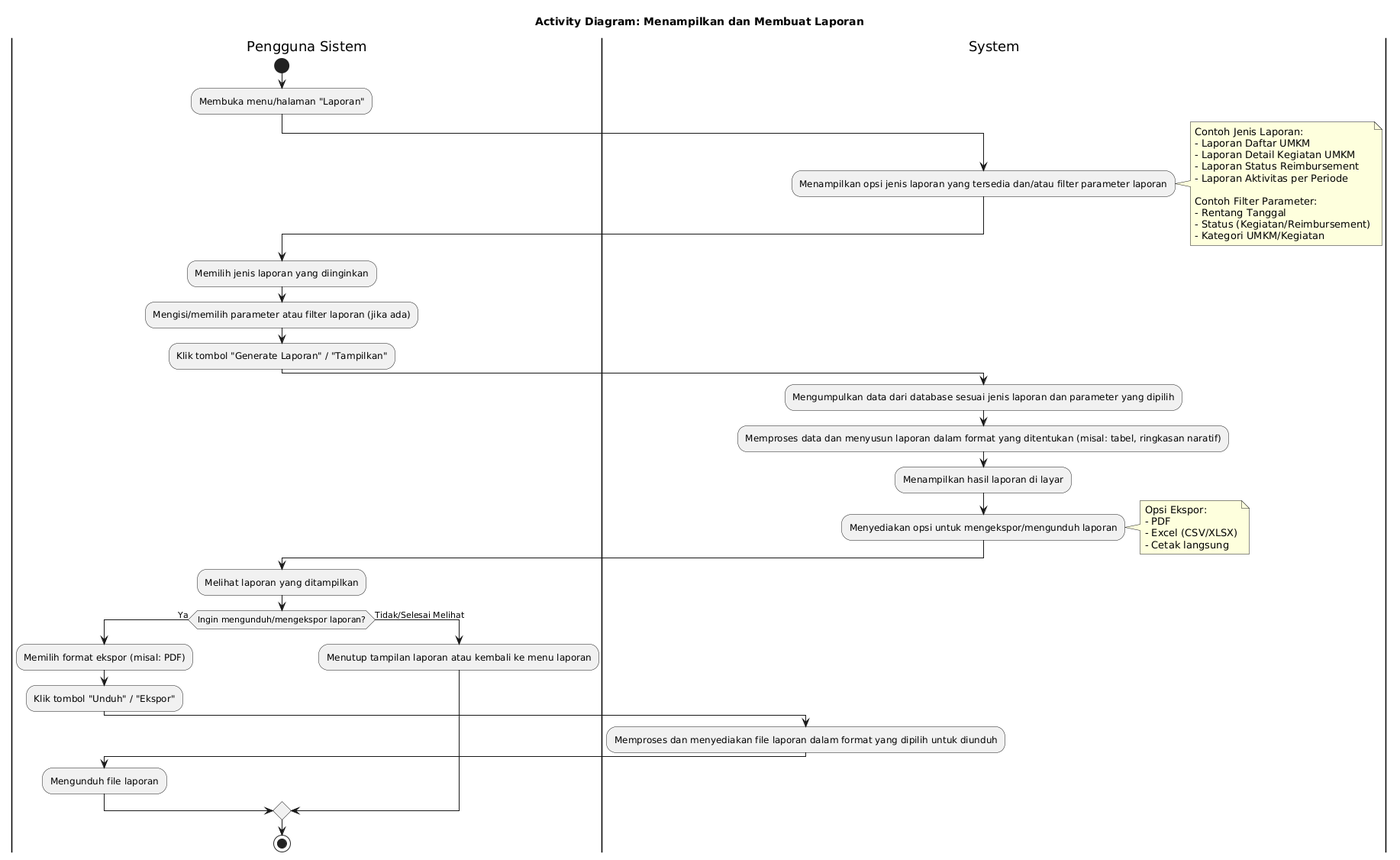
Mrmgnt/diagram-kp keeps this PlantUML diagram as activity diagram/Laporan/LAPORAN.png. Above is the earlier version.
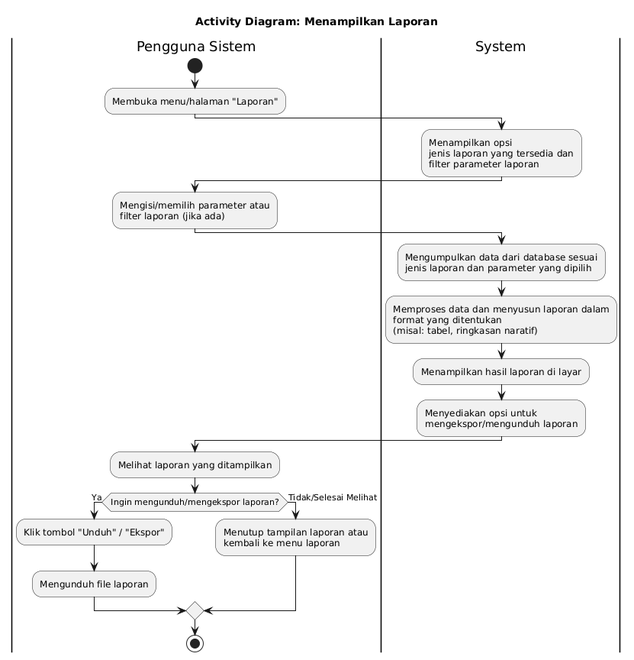
After the change.

The edit, as a diff of the source:
```diff
@@ -1,53 +1,37 @@
 @startuml
-title Activity Diagram: Menampilkan dan Membuat Laporan
+title Activity Diagram: Menampilkan Laporan
 
 |Pengguna Sistem|
 start
 :Membuka menu/halaman "Laporan";
 
 |System|
-:Menampilkan opsi jenis laporan yang tersedia dan/atau filter parameter laporan;
-note right
-  Contoh Jenis Laporan:
-  - Laporan Daftar UMKM
-  - Laporan Detail Kegiatan UMKM
-  - Laporan Status Reimbursement
-  - Laporan Aktivitas per Periode
-
-  Contoh Filter Parameter:
-  - Rentang Tanggal
-  - Status (Kegiatan/Reimbursement)
-  - Kategori UMKM/Kegiatan
-end note
+:Menampilkan opsi
+jenis laporan yang tersedia dan
+filter parameter laporan;
 
 |Pengguna Sistem|
-:Memilih jenis laporan yang diinginkan;
-:Mengisi/memilih parameter atau filter laporan (jika ada);
-:Klik tombol "Generate Laporan" / "Tampilkan";
+:Mengisi/memilih parameter atau
+filter laporan (jika ada);
 
 |System|
-:Mengumpulkan data dari database sesuai jenis laporan dan parameter yang dipilih;
-:Memproses data dan menyusun laporan dalam format yang ditentukan (misal: tabel, ringkasan naratif);
+:Mengumpulkan data dari database sesuai
+jenis laporan dan parameter yang dipilih;
+:Memproses data dan menyusun laporan dalam
+format yang ditentukan
+(misal: tabel, ringkasan naratif);
 :Menampilkan hasil laporan di layar;
-:Menyediakan opsi untuk mengekspor/mengunduh laporan;
-note right
-  Opsi Ekspor:
-  - PDF
-  - Excel (CSV/XLSX)
-  - Cetak langsung
-end note
-
+:Menyediakan opsi untuk
+mengekspor/mengunduh laporan;
 |Pengguna Sistem|
 :Melihat laporan yang ditampilkan;
 if (Ingin mengunduh/mengekspor laporan?) then (Ya)
-  :Memilih format ekspor (misal: PDF);
   :Klik tombol "Unduh" / "Ekspor";
-  |System|
-  :Memproses dan menyediakan file laporan dalam format yang dipilih untuk diunduh;
   |Pengguna Sistem|
   :Mengunduh file laporan;
 else (Tidak/Selesai Melihat)
-  :Menutup tampilan laporan atau kembali ke menu laporan;
+  :Menutup tampilan laporan atau
+  kembali ke menu laporan;
 endif
 
 stop
```
